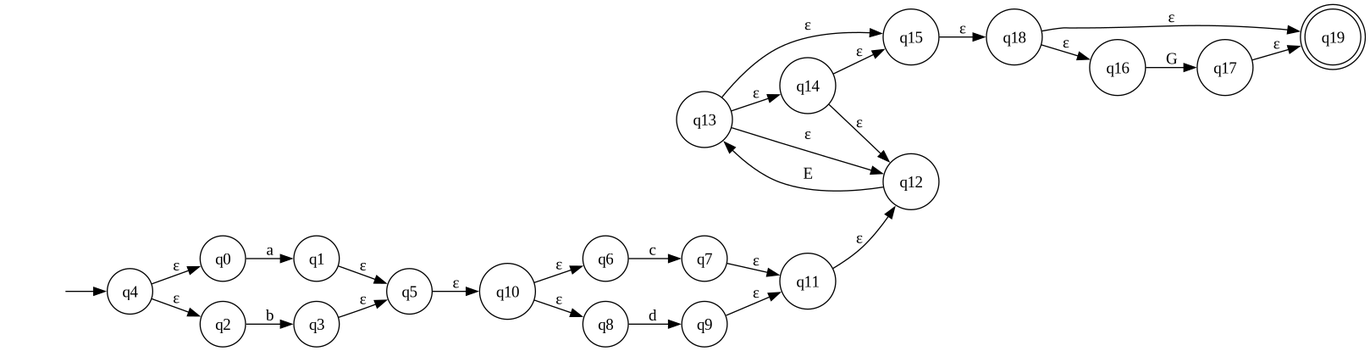
The Graphviz diagram lab4/regex_nfa__a_OR_b__c_OR_d_E_PLUS_G_QUEST_.png in andyp1xe1/lfa_labs, before a commit. Its source is kept beside it as lab4/regex_nfa__a_OR_b__c_OR_d_E_PLUS_G_QUEST_.dot. Its diagram source:
```dot
digraph NFA {
  rankdir=LR;
  node [shape=circle];
  "q19" [shape=doublecircle];
  "" [shape=none];
  "" -> "q4";
  "q13" -> "q15" [label="ε"];
  "q13" -> "q12" [label="ε"];
  "q13" -> "q14" [label="ε"];
  "q3" -> "q5" [label="ε"];
  "q9" -> "q11" [label="ε"];
  "q17" -> "q19" [label="ε"];
  "q11" -> "q12" [label="ε"];
  "q18" -> "q19" [label="ε"];
  "q18" -> "q16" [label="ε"];
  "q15" -> "q18" [label="ε"];
  "q14" -> "q15" [label="ε"];
  "q14" -> "q12" [label="ε"];
  "q0" -> "q1" [label="a"];
  "q10" -> "q6" [label="ε"];
  "q10" -> "q8" [label="ε"];
  "q16" -> "q17" [label="G"];
  "q6" -> "q7" [label="c"];
  "q1" -> "q5" [label="ε"];
  "q8" -> "q9" [label="d"];
  "q5" -> "q10" [label="ε"];
  "q4" -> "q0" [label="ε"];
  "q4" -> "q2" [label="ε"];
  "q12" -> "q13" [label="E"];
  "q7" -> "q11" [label="ε"];
  "q2" -> "q3" [label="b"];
}
```
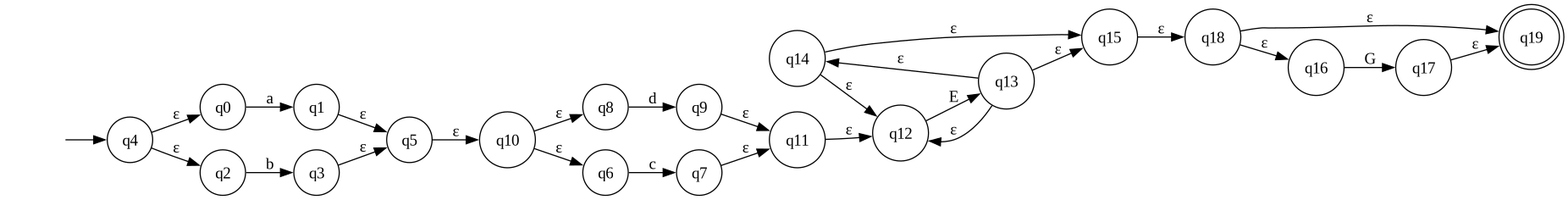
After the change.

Diff of the diagram source:
```diff
@@ -4,29 +4,29 @@
   "q19" [shape=doublecircle];
   "" [shape=none];
   "" -> "q4";
+  "q14" -> "q15" [label="ε"];
+  "q14" -> "q12" [label="ε"];
+  "q10" -> "q8" [label="ε"];
+  "q10" -> "q6" [label="ε"];
+  "q5" -> "q10" [label="ε"];
+  "q6" -> "q7" [label="c"];
+  "q15" -> "q18" [label="ε"];
   "q13" -> "q15" [label="ε"];
   "q13" -> "q12" [label="ε"];
   "q13" -> "q14" [label="ε"];
+  "q0" -> "q1" [label="a"];
+  "q12" -> "q13" [label="E"];
+  "q2" -> "q3" [label="b"];
+  "q1" -> "q5" [label="ε"];
+  "q16" -> "q17" [label="G"];
   "q3" -> "q5" [label="ε"];
-  "q9" -> "q11" [label="ε"];
-  "q17" -> "q19" [label="ε"];
+  "q8" -> "q9" [label="d"];
   "q11" -> "q12" [label="ε"];
+  "q4" -> "q2" [label="ε"];
+  "q4" -> "q0" [label="ε"];
   "q18" -> "q19" [label="ε"];
   "q18" -> "q16" [label="ε"];
-  "q15" -> "q18" [label="ε"];
-  "q14" -> "q15" [label="ε"];
-  "q14" -> "q12" [label="ε"];
-  "q0" -> "q1" [label="a"];
-  "q10" -> "q6" [label="ε"];
-  "q10" -> "q8" [label="ε"];
-  "q16" -> "q17" [label="G"];
-  "q6" -> "q7" [label="c"];
-  "q1" -> "q5" [label="ε"];
-  "q8" -> "q9" [label="d"];
-  "q5" -> "q10" [label="ε"];
-  "q4" -> "q0" [label="ε"];
-  "q4" -> "q2" [label="ε"];
-  "q12" -> "q13" [label="E"];
+  "q17" -> "q19" [label="ε"];
+  "q9" -> "q11" [label="ε"];
   "q7" -> "q11" [label="ε"];
-  "q2" -> "q3" [label="b"];
 }
```
